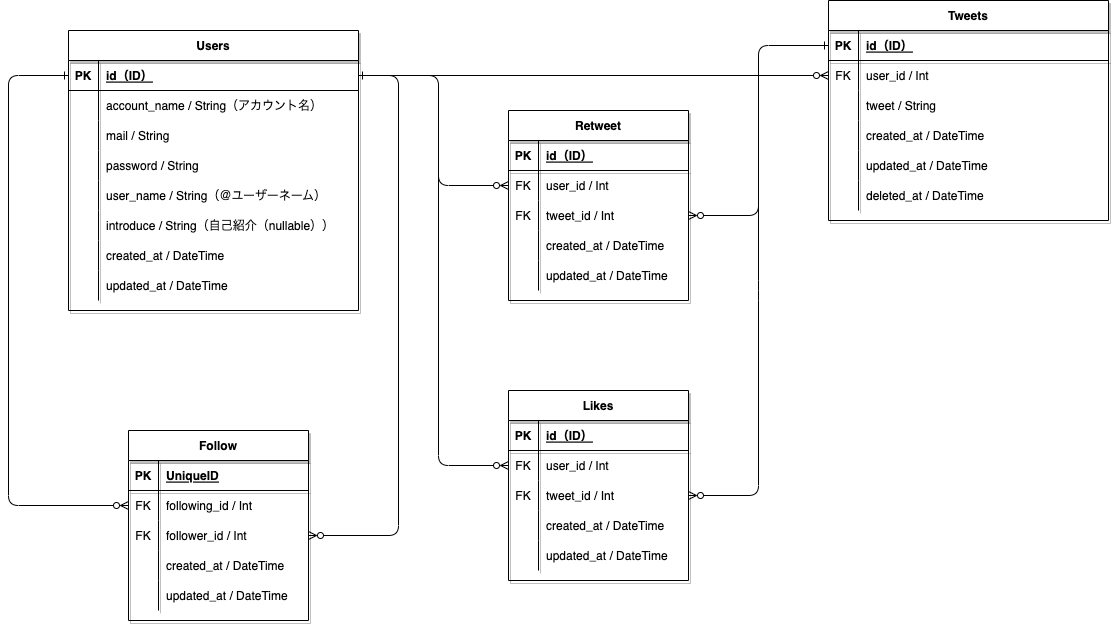
Before: er-figure.png, a diagram exported from draw.io (yuta-kanashiro/Twitter-clone). Source tidied: cells renumbered, new cells last; positions are measured from the earlier drawing's top-left corner, leaving out a move shared by most shapes.
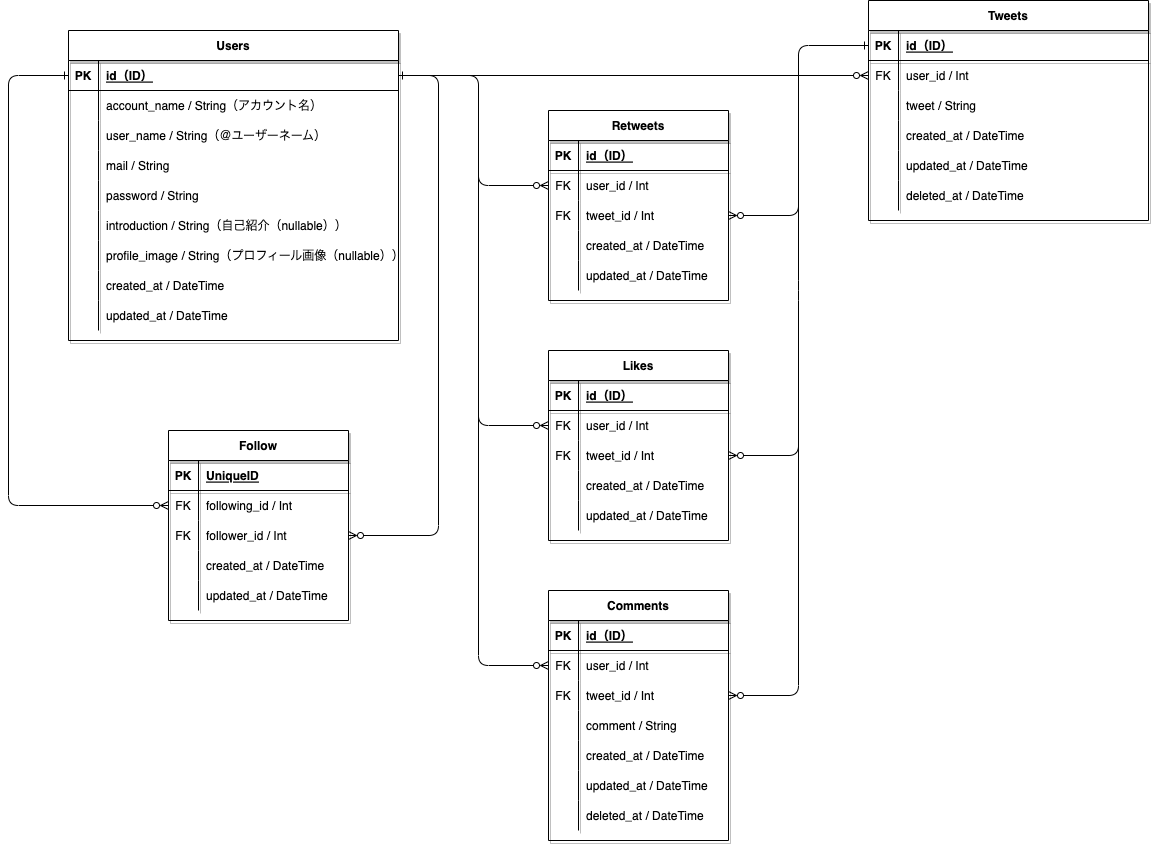
Later version of the same file.

What changed in the source:
```diff
@@ -3,79 +3,88 @@
     <mxCell id="0" />
     <mxCell id="1" parent="0" />
     <mxCell id="2" value="Users" style="shape=table;startSize=30;rowLines=0;fontStyle=1;align=center;shadow=1;" parent="1" vertex="1">
-      <mxGeometry x="60" y="30" width="290" height="280" as="geometry" />
+      <mxGeometry x="20" y="30" width="330" height="310" as="geometry" />
     </mxCell>
     <mxCell id="3" style="shape=partialRectangle;fillColor=none;top=0;left=0;bottom=1;right=0;points=[[0,0.5],[1,0.5]];portConstraint=eastwest;" parent="2" vertex="1">
-      <mxGeometry y="30" width="290" height="30" as="geometry" />
+      <mxGeometry y="30" width="330" height="30" as="geometry" />
     </mxCell>
     <mxCell id="4" value="PK" style="shape=partialRectangle;fillColor=none;top=0;left=0;bottom=0;right=0;fontStyle=1;overflow=hidden;" parent="3" vertex="1">
       <mxGeometry width="30" height="30" as="geometry" />
     </mxCell>
     <mxCell id="5" value="id（ID）" style="shape=partialRectangle;fillColor=none;top=0;left=0;bottom=0;right=0;align=left;spacingLeft=6;fontStyle=5;overflow=hidden;" parent="3" vertex="1">
-      <mxGeometry x="30" width="260" height="30" as="geometry" />
+      <mxGeometry x="30" width="300" height="30" as="geometry" />
     </mxCell>
     <mxCell id="6" style="shape=partialRectangle;fillColor=none;top=0;left=0;bottom=0;right=0;" parent="2" vertex="1">
-      <mxGeometry y="60" width="290" height="30" as="geometry" />
+      <mxGeometry y="60" width="330" height="30" as="geometry" />
     </mxCell>
     <mxCell id="7" style="shape=partialRectangle;fillColor=none;top=0;left=0;bottom=0;right=0;overflow=hidden;" parent="6" vertex="1">
       <mxGeometry width="30" height="30" as="geometry" />
     </mxCell>
     <mxCell id="8" value="account_name / String（アカウント名）" style="shape=partialRectangle;fillColor=none;top=0;left=0;bottom=0;right=0;align=left;spacingLeft=6;overflow=hidden;" parent="6" vertex="1">
-      <mxGeometry x="30" width="260" height="30" as="geometry" />
+      <mxGeometry x="30" width="300" height="30" as="geometry" />
     </mxCell>
+    <mxCell id="15" style="shape=partialRectangle;fillColor=none;top=0;left=0;bottom=0;right=0;" parent="2" vertex="1">
+      <mxGeometry y="90" width="330" height="30" as="geometry" />
+    </mxCell>
+    <mxCell id="16" style="shape=partialRectangle;fillColor=none;top=0;left=0;bottom=0;right=0;overflow=hidden;" parent="15" vertex="1">
+      <mxGeometry width="30" height="30" as="geometry" />
+    </mxCell>
+    <mxCell id="17" value="user_name / String（＠ユーザーネーム）" style="shape=partialRectangle;fillColor=none;top=0;left=0;bottom=0;right=0;align=left;spacingLeft=6;overflow=hidden;" parent="15" vertex="1">
+      <mxGeometry x="30" width="300" height="30" as="geometry" />
+    </mxCell>
     <mxCell id="9" style="shape=partialRectangle;fillColor=none;top=0;left=0;bottom=0;right=0;" parent="2" vertex="1">
-      <mxGeometry y="90" width="290" height="30" as="geometry" />
+      <mxGeometry y="120" width="330" height="30" as="geometry" />
     </mxCell>
     <mxCell id="10" style="shape=partialRectangle;fillColor=none;top=0;left=0;bottom=0;right=0;overflow=hidden;" parent="9" vertex="1">
       <mxGeometry width="30" height="30" as="geometry" />
     </mxCell>
     <mxCell id="11" value="mail / String" style="shape=partialRectangle;fillColor=none;top=0;left=0;bottom=0;right=0;align=left;spacingLeft=6;overflow=hidden;" parent="9" vertex="1">
-      <mxGeometry x="30" width="260" height="30" as="geometry" />
+      <mxGeometry x="30" width="300" height="30" as="geometry" />
     </mxCell>
     <mxCell id="12" style="shape=partialRectangle;fillColor=none;top=0;left=0;bottom=0;right=0;" parent="2" vertex="1">
-      <mxGeometry y="120" width="290" height="30" as="geometry" />
+      <mxGeometry y="150" width="330" height="30" as="geometry" />
     </mxCell>
     <mxCell id="13" style="shape=partialRectangle;fillColor=none;top=0;left=0;bottom=0;right=0;overflow=hidden;" parent="12" vertex="1">
       <mxGeometry width="30" height="30" as="geometry" />
     </mxCell>
     <mxCell id="14" value="password / String" style="shape=partialRectangle;fillColor=none;top=0;left=0;bottom=0;right=0;align=left;spacingLeft=6;overflow=hidden;" parent="12" vertex="1">
-      <mxGeometry x="30" width="260" height="30" as="geometry" />
+      <mxGeometry x="30" width="300" height="30" as="geometry" />
     </mxCell>
-    <mxCell id="15" style="shape=partialRectangle;fillColor=none;top=0;left=0;bottom=0;right=0;" parent="2" vertex="1">
-      <mxGeometry y="150" width="290" height="30" as="geometry" />
-    </mxCell>
-    <mxCell id="16" style="shape=partialRectangle;fillColor=none;top=0;left=0;bottom=0;right=0;overflow=hidden;" parent="15" vertex="1">
-      <mxGeometry width="30" height="30" as="geometry" />
-    </mxCell>
-    <mxCell id="17" value="user_name / String（＠ユーザーネーム）" style="shape=partialRectangle;fillColor=none;top=0;left=0;bottom=0;right=0;align=left;spacingLeft=6;overflow=hidden;" parent="15" vertex="1">
-      <mxGeometry x="30" width="260" height="30" as="geometry" />
-    </mxCell>
     <mxCell id="18" style="shape=partialRectangle;fillColor=none;top=0;left=0;bottom=0;right=0;" parent="2" vertex="1">
-      <mxGeometry y="180" width="290" height="30" as="geometry" />
+      <mxGeometry y="180" width="330" height="30" as="geometry" />
     </mxCell>
     <mxCell id="19" style="shape=partialRectangle;fillColor=none;top=0;left=0;bottom=0;right=0;overflow=hidden;" parent="18" vertex="1">
       <mxGeometry width="30" height="30" as="geometry" />
     </mxCell>
-    <mxCell id="20" value="introduce / String（自己紹介（nullable））" style="shape=partialRectangle;fillColor=none;top=0;left=0;bottom=0;right=0;align=left;spacingLeft=6;overflow=hidden;" parent="18" vertex="1">
-      <mxGeometry x="30" width="260" height="30" as="geometry" />
+    <mxCell id="20" value="introduction / String（自己紹介（nullable））" style="shape=partialRectangle;fillColor=none;top=0;left=0;bottom=0;right=0;align=left;spacingLeft=6;overflow=hidden;" parent="18" vertex="1">
+      <mxGeometry x="30" width="300" height="30" as="geometry" />
     </mxCell>
+    <mxCell id="101" style="shape=partialRectangle;fillColor=none;top=0;left=0;bottom=0;right=0;" parent="2" vertex="1">
+      <mxGeometry y="210" width="330" height="30" as="geometry" />
+    </mxCell>
+    <mxCell id="102" style="shape=partialRectangle;fillColor=none;top=0;left=0;bottom=0;right=0;overflow=hidden;" parent="101" vertex="1">
+      <mxGeometry width="30" height="30" as="geometry" />
+    </mxCell>
+    <mxCell id="103" value="profile_image / String（プロフィール画像（nullable））" style="shape=partialRectangle;fillColor=none;top=0;left=0;bottom=0;right=0;align=left;spacingLeft=6;overflow=hidden;" parent="101" vertex="1">
+      <mxGeometry x="30" width="300" height="30" as="geometry" />
+    </mxCell>
     <mxCell id="21" style="shape=partialRectangle;fillColor=none;top=0;left=0;bottom=0;right=0;" parent="2" vertex="1">
-      <mxGeometry y="210" width="290" height="30" as="geometry" />
+      <mxGeometry y="240" width="330" height="30" as="geometry" />
     </mxCell>
     <mxCell id="22" style="shape=partialRectangle;fillColor=none;top=0;left=0;bottom=0;right=0;overflow=hidden;" parent="21" vertex="1">
       <mxGeometry width="30" height="30" as="geometry" />
     </mxCell>
     <mxCell id="23" value="created_at / DateTime" style="shape=partialRectangle;fillColor=none;top=0;left=0;bottom=0;right=0;align=left;spacingLeft=6;overflow=hidden;" parent="21" vertex="1">
-      <mxGeometry x="30" width="260" height="30" as="geometry" />
+      <mxGeometry x="30" width="300" height="30" as="geometry" />
     </mxCell>
     <mxCell id="24" style="shape=partialRectangle;fillColor=none;top=0;left=0;bottom=0;right=0;" parent="2" vertex="1">
-      <mxGeometry y="240" width="290" height="30" as="geometry" />
+      <mxGeometry y="270" width="330" height="30" as="geometry" />
     </mxCell>
     <mxCell id="25" style="shape=partialRectangle;fillColor=none;top=0;left=0;bottom=0;right=0;overflow=hidden;" parent="24" vertex="1">
       <mxGeometry width="30" height="30" as="geometry" />
     </mxCell>
     <mxCell id="26" value="updated_at / DateTime" style="shape=partialRectangle;fillColor=none;top=0;left=0;bottom=0;right=0;align=left;spacingLeft=6;overflow=hidden;" parent="24" vertex="1">
-      <mxGeometry x="30" width="260" height="30" as="geometry" />
+      <mxGeometry x="30" width="300" height="30" as="geometry" />
     </mxCell>
     <mxCell id="27" value="Tweets" style="shape=table;startSize=30;rowLines=0;fontStyle=1;align=center;shadow=1;" parent="1" vertex="1">
       <mxGeometry x="820" width="280" height="220" as="geometry" />
@@ -135,7 +144,7 @@
       <mxGeometry x="30" width="250" height="30" as="geometry" />
     </mxCell>
     <mxCell id="46" value="Likes" style="shape=table;startSize=30;rowLines=0;fontStyle=1;align=center;shadow=1;" parent="1" vertex="1">
-      <mxGeometry x="500" y="390" width="180" height="190" as="geometry" />
+      <mxGeometry x="500" y="350" width="180" height="190" as="geometry" />
     </mxCell>
     <mxCell id="47" style="shape=partialRectangle;fillColor=none;top=0;left=0;bottom=1;right=0;shadow=1;" parent="46" vertex="1">
       <mxGeometry y="30" width="180" height="30" as="geometry" />
@@ -182,7 +191,7 @@
     <mxCell id="61" value="updated_at / DateTime" style="shape=partialRectangle;fillColor=none;top=0;left=0;bottom=0;right=0;align=left;spacingLeft=6;overflow=hidden;shadow=1;" parent="59" vertex="1">
       <mxGeometry x="30" width="150" height="30" as="geometry" />
     </mxCell>
-    <mxCell id="62" value="Retweet" style="shape=table;startSize=30;rowLines=0;fontStyle=1;align=center;shadow=1;" parent="1" vertex="1">
+    <mxCell id="62" value="Retweets" style="shape=table;startSize=30;rowLines=0;fontStyle=1;align=center;shadow=1;" parent="1" vertex="1">
       <mxGeometry x="500" y="110" width="180" height="190" as="geometry" />
     </mxCell>
     <mxCell id="63" style="shape=partialRectangle;fillColor=none;top=0;left=0;bottom=1;right=0;shadow=1;" parent="62" vertex="1">
@@ -293,7 +302,7 @@
       <mxGeometry relative="1" as="geometry">
         <mxPoint x="430" y="150" as="sourcePoint" />
         <Array as="points">
-          <mxPoint x="430" y="465" />
+          <mxPoint x="430" y="425" />
         </Array>
       </mxGeometry>
     </mxCell>
@@ -317,8 +326,8 @@
     <mxCell id="99" style="edgeStyle=orthogonalEdgeStyle;fontSize=12;html=1;endArrow=ERzeroToMany;endFill=0;startArrow=ERone;startFill=0;entryX=0;entryY=0.5;entryDx=0;entryDy=0;exitX=0;exitY=0.5;exitDx=0;exitDy=0;" parent="1" edge="1" source="3" target="82">
       <mxGeometry relative="1" as="geometry">
         <Array as="points">
-          <mxPoint y="75" />
-          <mxPoint y="505" />
+          <mxPoint x="-40" y="75" />
+          <mxPoint x="-40" y="505" />
         </Array>
       </mxGeometry>
     </mxCell>
@@ -330,5 +339,87 @@
         </Array>
       </mxGeometry>
     </mxCell>
+    <mxCell id="104" value="Comments" style="shape=table;startSize=30;rowLines=0;fontStyle=1;align=center;shadow=1;" parent="1" vertex="1">
+      <mxGeometry x="500" y="590" width="180" height="250" as="geometry" />
+    </mxCell>
+    <mxCell id="105" style="shape=partialRectangle;fillColor=none;top=0;left=0;bottom=1;right=0;shadow=1;" parent="104" vertex="1">
+      <mxGeometry y="30" width="180" height="30" as="geometry" />
+    </mxCell>
+    <mxCell id="106" value="PK" style="shape=partialRectangle;fillColor=none;top=0;left=0;bottom=0;right=0;fontStyle=1;overflow=hidden;shadow=1;" parent="105" vertex="1">
+      <mxGeometry width="30" height="30" as="geometry" />
+    </mxCell>
+    <mxCell id="107" value="id（ID）" style="shape=partialRectangle;fillColor=none;top=0;left=0;bottom=0;right=0;align=left;spacingLeft=6;fontStyle=5;overflow=hidden;shadow=1;" parent="105" vertex="1">
+      <mxGeometry x="30" width="150" height="30" as="geometry" />
+    </mxCell>
+    <mxCell id="108" style="shape=partialRectangle;fillColor=none;top=0;left=0;bottom=0;right=0;points=[[0,0.5],[1,0.5]];portConstraint=eastwest;shadow=1;" parent="104" vertex="1">
+      <mxGeometry y="60" width="180" height="30" as="geometry" />
+    </mxCell>
+    <mxCell id="109" value="FK" style="shape=partialRectangle;fillColor=none;top=0;left=0;bottom=0;right=0;overflow=hidden;shadow=1;" parent="108" vertex="1">
+      <mxGeometry width="30" height="30" as="geometry" />
+    </mxCell>
+    <mxCell id="110" value="user_id / Int" style="shape=partialRectangle;fillColor=none;top=0;left=0;bottom=0;right=0;align=left;spacingLeft=6;overflow=hidden;shadow=1;" parent="108" vertex="1">
+      <mxGeometry x="30" width="150" height="30" as="geometry" />
+    </mxCell>
+    <mxCell id="111" style="shape=partialRectangle;fillColor=none;top=0;left=0;bottom=0;right=0;points=[[0,0.5],[1,0.5]];portConstraint=eastwest;shadow=1;" parent="104" vertex="1">
+      <mxGeometry y="90" width="180" height="30" as="geometry" />
+    </mxCell>
+    <mxCell id="112" value="FK" style="shape=partialRectangle;fillColor=none;top=0;left=0;bottom=0;right=0;overflow=hidden;shadow=1;" parent="111" vertex="1">
+      <mxGeometry width="30" height="30" as="geometry" />
+    </mxCell>
+    <mxCell id="113" value="tweet_id / Int" style="shape=partialRectangle;fillColor=none;top=0;left=0;bottom=0;right=0;align=left;spacingLeft=6;overflow=hidden;shadow=1;" parent="111" vertex="1">
+      <mxGeometry x="30" width="150" height="30" as="geometry" />
+    </mxCell>
+    <mxCell id="114" style="shape=partialRectangle;fillColor=none;top=0;left=0;bottom=0;right=0;shadow=1;" parent="104" vertex="1">
+      <mxGeometry y="120" width="180" height="30" as="geometry" />
+    </mxCell>
+    <mxCell id="115" style="shape=partialRectangle;fillColor=none;top=0;left=0;bottom=0;right=0;overflow=hidden;shadow=1;" parent="114" vertex="1">
+      <mxGeometry width="30" height="30" as="geometry" />
+    </mxCell>
+    <mxCell id="116" value="comment / String" style="shape=partialRectangle;fillColor=none;top=0;left=0;bottom=0;right=0;align=left;spacingLeft=6;overflow=hidden;shadow=1;" parent="114" vertex="1">
+      <mxGeometry x="30" width="150" height="30" as="geometry" />
+    </mxCell>
+    <mxCell id="117" style="shape=partialRectangle;fillColor=none;top=0;left=0;bottom=0;right=0;shadow=1;" parent="104" vertex="1">
+      <mxGeometry y="150" width="180" height="30" as="geometry" />
+    </mxCell>
+    <mxCell id="118" style="shape=partialRectangle;fillColor=none;top=0;left=0;bottom=0;right=0;overflow=hidden;shadow=1;" parent="117" vertex="1">
+      <mxGeometry width="30" height="30" as="geometry" />
+    </mxCell>
+    <mxCell id="119" value="created_at / DateTime" style="shape=partialRectangle;fillColor=none;top=0;left=0;bottom=0;right=0;align=left;spacingLeft=6;overflow=hidden;shadow=1;" parent="117" vertex="1">
+      <mxGeometry x="30" width="150" height="30" as="geometry" />
+    </mxCell>
+    <mxCell id="120" style="shape=partialRectangle;fillColor=none;top=0;left=0;bottom=0;right=0;shadow=1;" parent="104" vertex="1">
+      <mxGeometry y="180" width="180" height="30" as="geometry" />
+    </mxCell>
+    <mxCell id="121" style="shape=partialRectangle;fillColor=none;top=0;left=0;bottom=0;right=0;overflow=hidden;shadow=1;" parent="120" vertex="1">
+      <mxGeometry width="30" height="30" as="geometry" />
+    </mxCell>
+    <mxCell id="122" value="updated_at / DateTime" style="shape=partialRectangle;fillColor=none;top=0;left=0;bottom=0;right=0;align=left;spacingLeft=6;overflow=hidden;shadow=1;" parent="120" vertex="1">
+      <mxGeometry x="30" width="150" height="30" as="geometry" />
+    </mxCell>
+    <mxCell id="123" style="shape=partialRectangle;fillColor=none;top=0;left=0;bottom=0;right=0;shadow=1;" parent="104" vertex="1">
+      <mxGeometry y="210" width="180" height="30" as="geometry" />
+    </mxCell>
+    <mxCell id="124" style="shape=partialRectangle;fillColor=none;top=0;left=0;bottom=0;right=0;overflow=hidden;shadow=1;" parent="123" vertex="1">
+      <mxGeometry width="30" height="30" as="geometry" />
+    </mxCell>
+    <mxCell id="125" value="deleted_at / DateTime" style="shape=partialRectangle;fillColor=none;top=0;left=0;bottom=0;right=0;align=left;spacingLeft=6;overflow=hidden;shadow=1;" parent="123" vertex="1">
+      <mxGeometry x="30" width="150" height="30" as="geometry" />
+    </mxCell>
+    <mxCell id="126" style="edgeStyle=orthogonalEdgeStyle;fontSize=12;html=1;endArrow=ERzeroToMany;endFill=0;startArrow=none;startFill=0;entryX=0;entryY=0.5;entryDx=0;entryDy=0;" parent="1" edge="1" target="108">
+      <mxGeometry relative="1" as="geometry">
+        <mxPoint x="430" y="387.5" as="sourcePoint" />
+        <Array as="points">
+          <mxPoint x="430" y="665" />
+        </Array>
+      </mxGeometry>
+    </mxCell>
+    <mxCell id="127" style="edgeStyle=orthogonalEdgeStyle;fontSize=12;html=1;endArrow=ERzeroToMany;endFill=0;startArrow=none;startFill=0;entryX=1;entryY=0.5;entryDx=0;entryDy=0;" parent="1" edge="1" target="111">
+      <mxGeometry relative="1" as="geometry">
+        <mxPoint x="750" y="410" as="sourcePoint" />
+        <Array as="points">
+          <mxPoint x="750" y="695" />
+        </Array>
+      </mxGeometry>
+    </mxCell>
   </root>
 </mxGraphModel>
```
